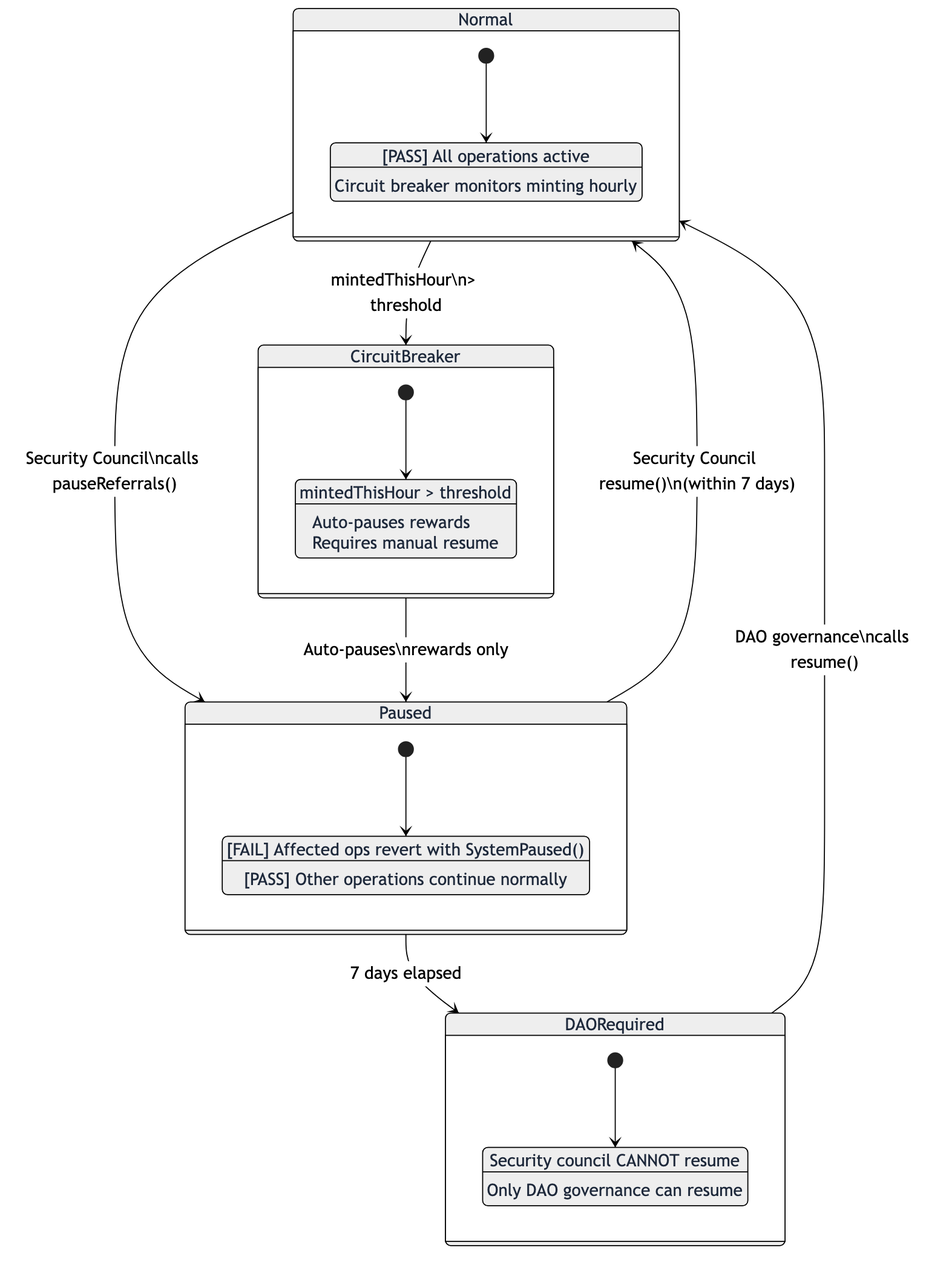
guglxni/the-fixer-hook keeps this Mermaid diagram as docs/diagrams/SYSTEM_DESIGN_11.png. Above is the earlier version. Its source is kept beside it as docs/diagrams/SYSTEM_DESIGN_11.mmd.
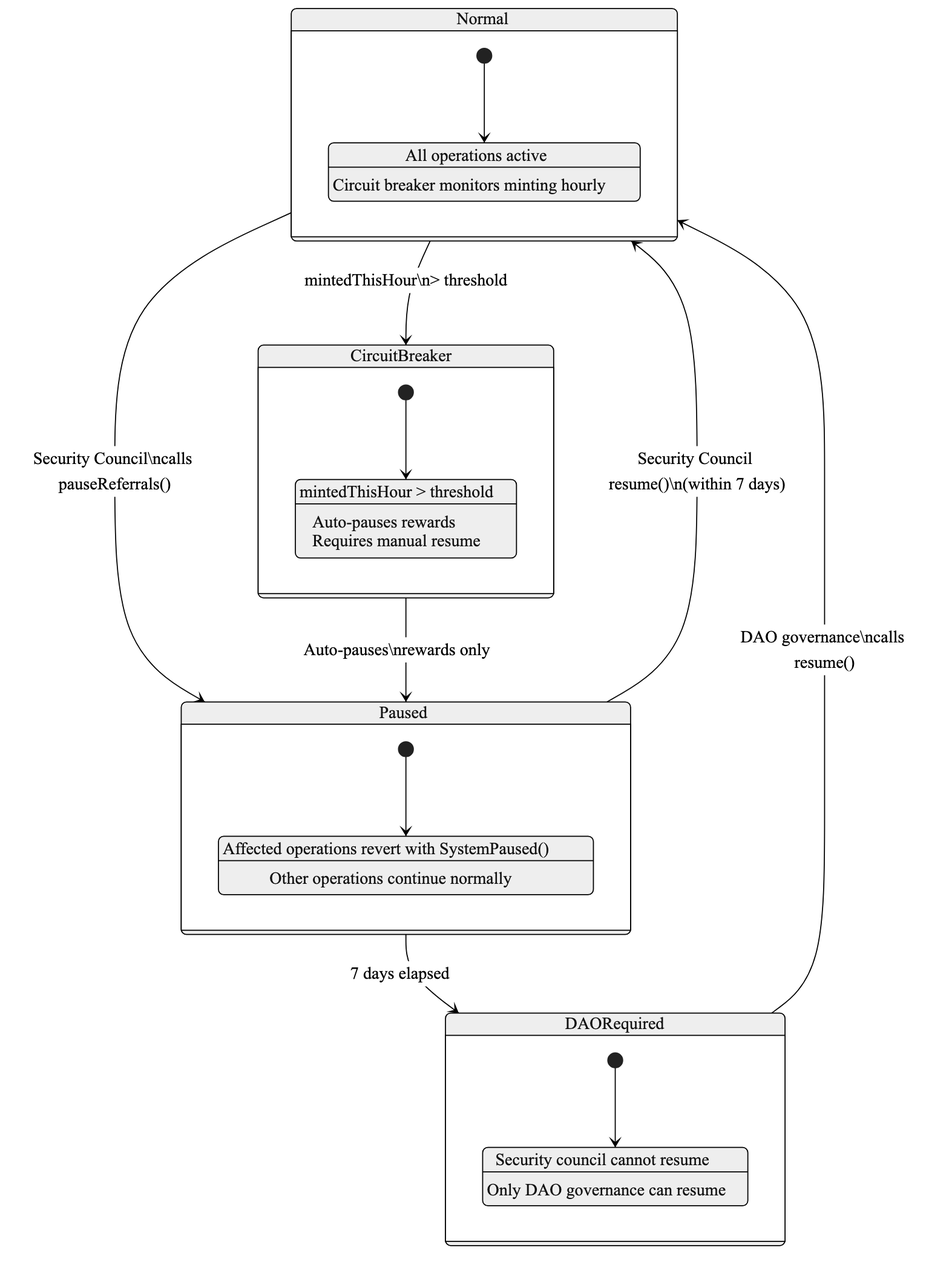
The same diagram one commit later.

Diff of the diagram source:
```diff
@@ -1,29 +1,34 @@
-%%{init: {'theme': 'neutral', 'themeVariables': { 'primaryColor': '#2563eb', 'primaryTextColor': '#1e293b', 'primaryBorderColor': '#3b82f6', 'lineColor': '#64748b', 'secondaryColor': '#f1f5f9', 'tertiaryColor': '#e2e8f0'}}}%%
+%%{init: {'theme': 'neutral', 'themeVariables': {'fontFamily': 'Inter, system-ui, sans-serif', 'labelColor': '#1e293b', 'altBackground': '#f1f5f9'}}}%%
 stateDiagram-v2
     Normal --> Paused : Security Council\ncalls pauseReferrals()
     Normal --> CircuitBreaker : mintedThisHour\n> threshold
     CircuitBreaker --> Paused : Auto-pauses\nrewards only
     Paused --> Normal : Security Council resume()\n(within 7 days)
     Paused --> DAORequired : 7 days elapsed
+
     DAORequired --> Normal : DAO governance\ncalls resume()
+
     state Normal {
         [*] --> AllActive
-        AllActive : [PASS] All operations active
+        AllActive : All operations active
         AllActive : Circuit breaker monitors minting hourly
     }
+
     state Paused {
         [*] --> Restricted
-        Restricted : [FAIL] Affected ops revert with SystemPaused()
-        Restricted : [PASS] Other operations continue normally
+        Restricted : Affected operations revert with SystemPaused()
+        Restricted : Other operations continue normally
     }
+
     state DAORequired {
         [*] --> Locked
-        Locked : Security council CANNOT resume
-        Locked :  Only DAO governance can resume
+        Locked : Security council cannot resume
+        Locked : Only DAO governance can resume
     }
+
     state CircuitBreaker {
         [*] --> Triggered
-        Triggered :  mintedThisHour > threshold
-        Triggered :  Auto-pauses rewards
-        Triggered :  Requires manual resume
+        Triggered : mintedThisHour > threshold
+        Triggered : Auto-pauses rewards
+        Triggered : Requires manual resume
     }
```
